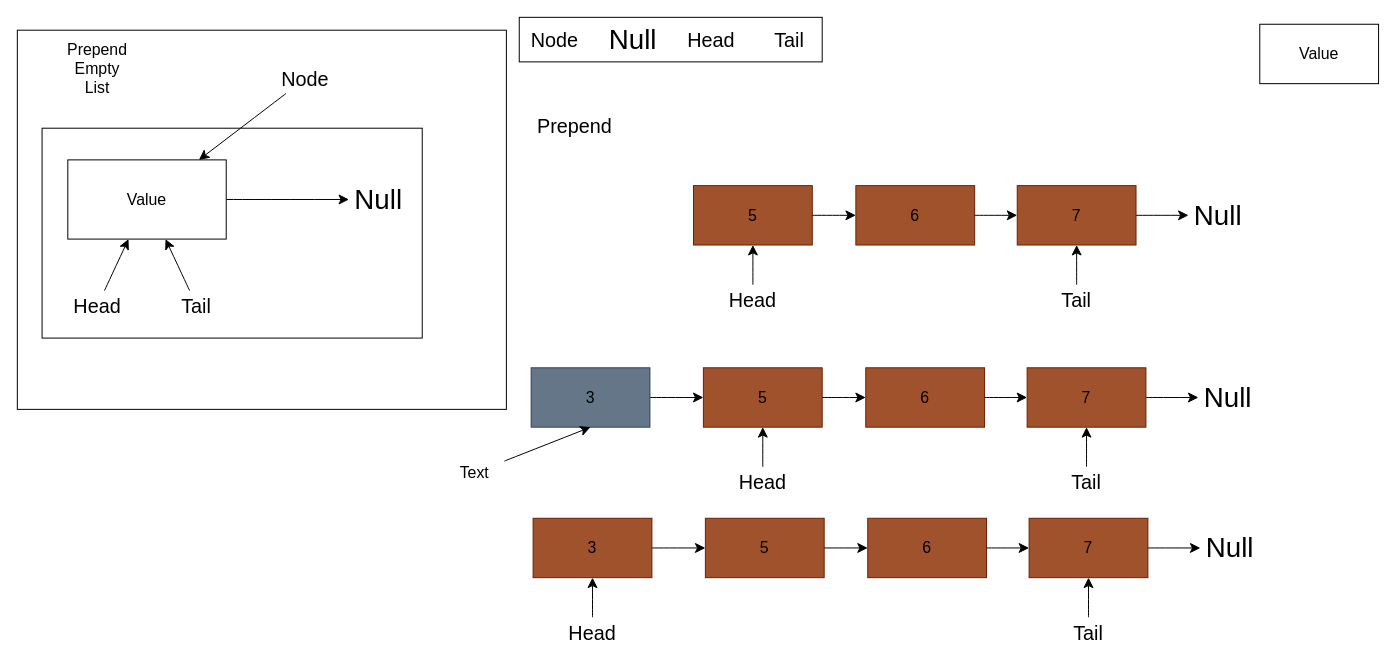
gabriel-logan/DsacJs keeps this draw.io diagram as page "Append" (2 of 3) of Visualizations/DsacJs.drawio. Above is the earlier version. Source tidied: cells renumbered, new cells numbered last; positions are measured from the earlier drawing's top-left corner, leaving out a move shared by most shapes. Both pictures are drawn from the tidied source at 99%, with x=0, y=0 at pixel (17, 17).
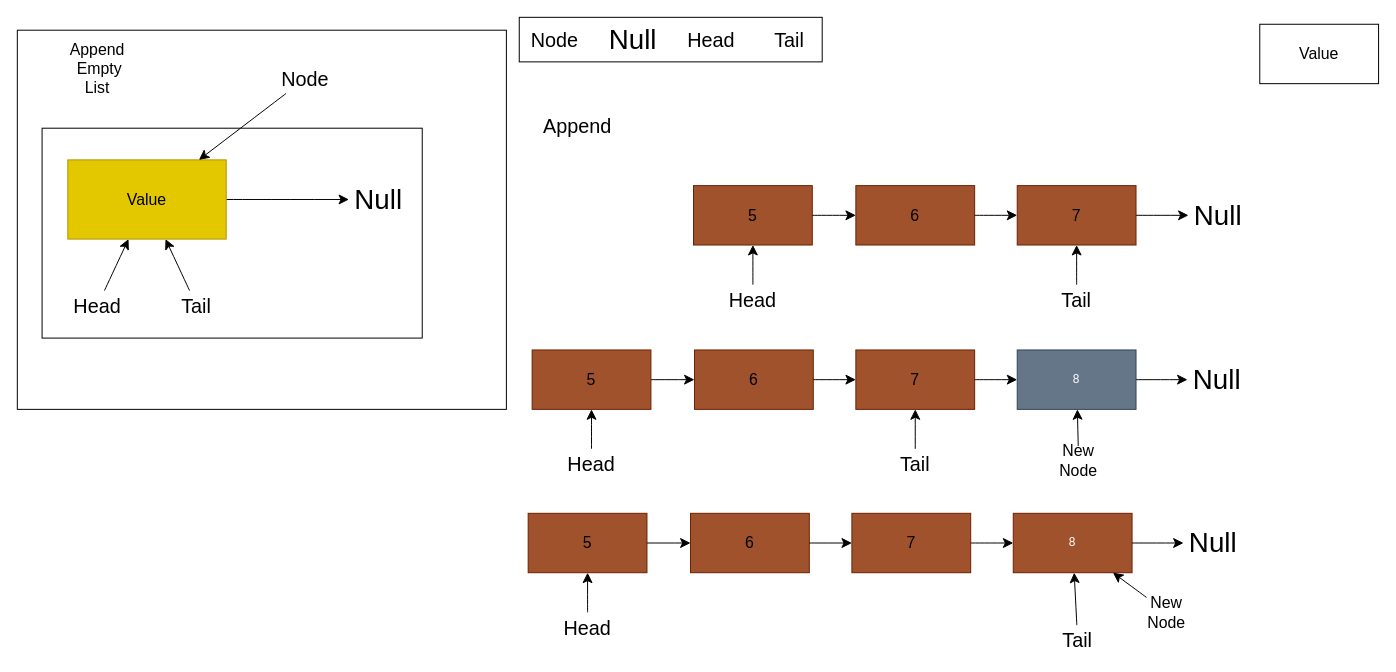
The same diagram, later.

The change refers to these unchanged cells:
```xml
<mxCell id="7" style="group;" parent="1" vertex="1">
  <mxGeometry x="25" y="37" width="482" height="356" as="geometry" />
</mxCell>
```

What changed in the source:
```diff
@@
-    <mxCell id="11" style="rounded=0;whiteSpace=wrap;html=1;" parent="7" vertex="1">
+    <mxCell id="11" style="rounded=0;whiteSpace=wrap;html=1;fillColor=#e3c800;fontColor=#000000;strokeColor=#B09500;" parent="7" vertex="1">
       <mxGeometry x="26" y="107" width="160" height="80" as="geometry" />
     </mxCell>
-    <mxCell id="12" value="Prepend Empty List" style="text;strokeColor=none;align=center;fillColor=none;html=1;verticalAlign=middle;whiteSpace=wrap;rounded=0;fontSize=16;" parent="7" vertex="1">
+    <mxCell id="12" value="Append&lt;div&gt;&amp;nbsp;Empty List&lt;/div&gt;" style="text;strokeColor=none;align=center;fillColor=none;html=1;verticalAlign=middle;whiteSpace=wrap;rounded=0;fontSize=16;" parent="7" vertex="1">
       <mxGeometry x="26" width="60" height="30" as="geometry" />
     </mxCell>
@@
-    <mxCell id="22" value="Prepend&amp;nbsp;" style="text;strokeColor=none;align=center;fillColor=none;html=1;verticalAlign=middle;whiteSpace=wrap;rounded=0;fontSize=20;" parent="1" vertex="1">
+    <mxCell id="22" value="Append" style="text;strokeColor=none;align=center;fillColor=none;html=1;verticalAlign=middle;whiteSpace=wrap;rounded=0;fontSize=20;" parent="1" vertex="1">
       <mxGeometry x="536" y="94" width="60" height="30" as="geometry" />
     </mxCell>
@@
-    <mxCell id="43" style="group;labelBackgroundColor=none;" parent="1" vertex="1">
-      <mxGeometry x="693" y="354" width="120" height="60" as="geometry" />
-    </mxCell>
-    <mxCell id="44" style="rounded=0;whiteSpace=wrap;html=1;fillColor=#a0522d;fontColor=#ffffff;strokeColor=#6D1F00;" parent="43" vertex="1">
-      <mxGeometry width="120" height="60" as="geometry" />
-    </mxCell>
-    <mxCell id="45" value="5" style="text;align=center;html=1;verticalAlign=middle;whiteSpace=wrap;rounded=0;fontSize=16;" parent="43" vertex="1">
-      <mxGeometry x="30" y="15" width="60" height="30" as="geometry" />
-    </mxCell>
-    <mxCell id="46" style="group;" parent="1" vertex="1">
-      <mxGeometry x="857" y="354" width="120" height="60" as="geometry" />
-    </mxCell>
-    <mxCell id="47" style="rounded=0;whiteSpace=wrap;html=1;fillColor=#a0522d;fontColor=#ffffff;strokeColor=#6D1F00;" parent="46" vertex="1">
-      <mxGeometry width="120" height="60" as="geometry" />
-    </mxCell>
-    <mxCell id="48" value="6" style="text;strokeColor=none;align=center;fillColor=none;html=1;verticalAlign=middle;whiteSpace=wrap;rounded=0;fontSize=16;" parent="46" vertex="1">
-      <mxGeometry x="30" y="15" width="60" height="30" as="geometry" />
-    </mxCell>
-    <mxCell id="49" style="edgeStyle=none;curved=1;rounded=0;jettySize=auto;html=1;fontSize=12;startSize=8;endSize=8;" parent="1" edge="1" source="44" target="47">
-      <mxGeometry relative="1" as="geometry" />
-    </mxCell>
-    <mxCell id="50" style="group;" parent="1" vertex="1">
-      <mxGeometry x="1020" y="354" width="120" height="60" as="geometry" />
-    </mxCell>
-    <mxCell id="51" style="rounded=0;whiteSpace=wrap;html=1;fillColor=#a0522d;fontColor=#ffffff;strokeColor=#6D1F00;" parent="50" vertex="1">
-      <mxGeometry width="120" height="60" as="geometry" />
-    </mxCell>
-    <mxCell id="52" value="7" style="text;strokeColor=none;align=center;fillColor=none;html=1;verticalAlign=middle;whiteSpace=wrap;rounded=0;fontSize=16;" parent="50" vertex="1">
-      <mxGeometry x="30" y="15" width="60" height="30" as="geometry" />
-    </mxCell>
-    <mxCell id="53" style="edgeStyle=none;curved=1;rounded=0;jettySize=auto;html=1;entryX=0;entryY=0.5;entryDx=0;entryDy=0;fontSize=12;startSize=8;endSize=8;" parent="1" edge="1" source="47" target="51">
-      <mxGeometry relative="1" as="geometry" />
-    </mxCell>
-    <mxCell id="54" value="Null" style="text;strokeColor=none;align=center;fillColor=none;html=1;verticalAlign=middle;whiteSpace=wrap;rounded=0;fontSize=28;" parent="1" vertex="1">
-      <mxGeometry x="1193" y="369" width="60" height="30" as="geometry" />
-    </mxCell>
-    <mxCell id="55" style="edgeStyle=none;curved=1;rounded=0;jettySize=auto;html=1;fontSize=12;startSize=8;endSize=8;" parent="1" edge="1" source="51" target="54">
-      <mxGeometry relative="1" as="geometry" />
-    </mxCell>
-    <mxCell id="56" style="edgeStyle=none;curved=1;rounded=0;jettySize=auto;html=1;entryX=0.5;entryY=1;entryDx=0;entryDy=0;fontSize=12;startSize=8;endSize=8;" parent="1" edge="1" source="57" target="44">
-      <mxGeometry relative="1" as="geometry" />
-    </mxCell>
-    <mxCell id="57" value="Head" style="text;strokeColor=none;align=center;fillColor=none;html=1;verticalAlign=middle;whiteSpace=wrap;rounded=0;fontSize=20;" parent="1" vertex="1">
-      <mxGeometry x="723" y="454" width="60" height="30" as="geometry" />
-    </mxCell>
-    <mxCell id="58" style="edgeStyle=none;curved=1;rounded=0;jettySize=auto;html=1;entryX=0.5;entryY=1;entryDx=0;entryDy=0;fontSize=12;startSize=8;endSize=8;" parent="1" edge="1" source="59" target="51">
-      <mxGeometry relative="1" as="geometry" />
-    </mxCell>
-    <mxCell id="59" value="Tail" style="text;strokeColor=none;align=center;fillColor=none;html=1;verticalAlign=middle;whiteSpace=wrap;rounded=0;fontSize=20;" parent="1" vertex="1">
-      <mxGeometry x="1050" y="454" width="60" height="30" as="geometry" />
-    </mxCell>
     <mxCell id="60" style="group;" parent="1" vertex="1">
-      <mxGeometry x="519" y="354" width="120" height="60" as="geometry" />
+      <mxGeometry x="1010" y="336" width="120" height="60" as="geometry" />
     </mxCell>
-    <mxCell id="61" style="rounded=0;whiteSpace=wrap;html=1;fillColor=#647687;strokeColor=#314354;fontColor=#ffffff;" parent="60" vertex="1">
+    <mxCell id="61" value="8" style="rounded=0;whiteSpace=wrap;html=1;fillColor=#647687;strokeColor=#314354;fontColor=#ffffff;" parent="60" vertex="1">
       <mxGeometry width="120" height="60" as="geometry" />
     </mxCell>
-    <mxCell id="62" value="3" style="text;strokeColor=none;align=center;fillColor=none;html=1;verticalAlign=middle;whiteSpace=wrap;rounded=0;fontSize=16;" parent="60" vertex="1">
-      <mxGeometry x="30" y="15" width="60" height="30" as="geometry" />
-    </mxCell>
-    <mxCell id="63" style="edgeStyle=none;curved=1;rounded=0;jettySize=auto;html=1;entryX=0;entryY=0.5;entryDx=0;entryDy=0;fontSize=12;startSize=8;endSize=8;" parent="1" edge="1" source="61" target="44">
-      <mxGeometry relative="1" as="geometry" />
-    </mxCell>
-    <mxCell id="64" style="group;labelBackgroundColor=none;" parent="1" vertex="1">
-      <mxGeometry x="695" y="506" width="120" height="60" as="geometry" />
-    </mxCell>
-    <mxCell id="65" style="rounded=0;whiteSpace=wrap;html=1;fillColor=#a0522d;fontColor=#ffffff;strokeColor=#6D1F00;" parent="64" vertex="1">
-      <mxGeometry width="120" height="60" as="geometry" />
-    </mxCell>
-    <mxCell id="66" value="5" style="text;align=center;html=1;verticalAlign=middle;whiteSpace=wrap;rounded=0;fontSize=16;" parent="64" vertex="1">
-      <mxGeometry x="30" y="15" width="60" height="30" as="geometry" />
-    </mxCell>
-    <mxCell id="67" style="group;" parent="1" vertex="1">
-      <mxGeometry x="859" y="506" width="120" height="60" as="geometry" />
-    </mxCell>
-    <mxCell id="68" style="rounded=0;whiteSpace=wrap;html=1;fillColor=#a0522d;fontColor=#ffffff;strokeColor=#6D1F00;" parent="67" vertex="1">
-      <mxGeometry width="120" height="60" as="geometry" />
-    </mxCell>
-    <mxCell id="69" value="6" style="text;strokeColor=none;align=center;fillColor=none;html=1;verticalAlign=middle;whiteSpace=wrap;rounded=0;fontSize=16;" parent="67" vertex="1">
-      <mxGeometry x="30" y="15" width="60" height="30" as="geometry" />
-    </mxCell>
-    <mxCell id="70" style="edgeStyle=none;curved=1;rounded=0;jettySize=auto;html=1;fontSize=12;startSize=8;endSize=8;" parent="1" edge="1" source="65" target="68">
-      <mxGeometry relative="1" as="geometry" />
-    </mxCell>
-    <mxCell id="71" style="group;" parent="1" vertex="1">
-      <mxGeometry x="1022" y="506" width="120" height="60" as="geometry" />
-    </mxCell>
-    <mxCell id="72" style="rounded=0;whiteSpace=wrap;html=1;fillColor=#a0522d;fontColor=#ffffff;strokeColor=#6D1F00;" parent="71" vertex="1">
-      <mxGeometry width="120" height="60" as="geometry" />
-    </mxCell>
-    <mxCell id="73" value="7" style="text;strokeColor=none;align=center;fillColor=none;html=1;verticalAlign=middle;whiteSpace=wrap;rounded=0;fontSize=16;" parent="71" vertex="1">
-      <mxGeometry x="30" y="15" width="60" height="30" as="geometry" />
-    </mxCell>
-    <mxCell id="74" style="edgeStyle=none;curved=1;rounded=0;jettySize=auto;html=1;entryX=0;entryY=0.5;entryDx=0;entryDy=0;fontSize=12;startSize=8;endSize=8;" parent="1" edge="1" source="68" target="72">
-      <mxGeometry relative="1" as="geometry" />
-    </mxCell>
-    <mxCell id="75" value="Null" style="text;strokeColor=none;align=center;fillColor=none;html=1;verticalAlign=middle;whiteSpace=wrap;rounded=0;fontSize=28;" parent="1" vertex="1">
-      <mxGeometry x="1195" y="521" width="60" height="30" as="geometry" />
-    </mxCell>
-    <mxCell id="76" style="edgeStyle=none;curved=1;rounded=0;jettySize=auto;html=1;fontSize=12;startSize=8;endSize=8;" parent="1" edge="1" source="72" target="75">
-      <mxGeometry relative="1" as="geometry" />
-    </mxCell>
-    <mxCell id="77" style="edgeStyle=none;curved=1;rounded=0;jettySize=auto;html=1;entryX=0.5;entryY=1;entryDx=0;entryDy=0;fontSize=12;startSize=8;endSize=8;" parent="1" edge="1" source="78" target="82">
-      <mxGeometry relative="1" as="geometry" />
-    </mxCell>
-    <mxCell id="78" value="Head" style="text;strokeColor=none;align=center;fillColor=none;html=1;verticalAlign=middle;whiteSpace=wrap;rounded=0;fontSize=20;" parent="1" vertex="1">
-      <mxGeometry x="551" y="606" width="60" height="30" as="geometry" />
-    </mxCell>
-    <mxCell id="79" style="edgeStyle=none;curved=1;rounded=0;jettySize=auto;html=1;entryX=0.5;entryY=1;entryDx=0;entryDy=0;fontSize=12;startSize=8;endSize=8;" parent="1" edge="1" source="80" target="72">
-      <mxGeometry relative="1" as="geometry" />
-    </mxCell>
-    <mxCell id="80" value="Tail" style="text;strokeColor=none;align=center;fillColor=none;html=1;verticalAlign=middle;whiteSpace=wrap;rounded=0;fontSize=20;" parent="1" vertex="1">
-      <mxGeometry x="1052" y="606" width="60" height="30" as="geometry" />
-    </mxCell>
-    <mxCell id="81" style="group;" parent="1" vertex="1">
-      <mxGeometry x="521" y="506" width="120" height="60" as="geometry" />
-    </mxCell>
-    <mxCell id="82" style="rounded=0;whiteSpace=wrap;html=1;fillColor=#a0522d;strokeColor=#6D1F00;fontColor=#ffffff;" parent="81" vertex="1">
-      <mxGeometry width="120" height="60" as="geometry" />
-    </mxCell>
-    <mxCell id="83" value="3" style="text;strokeColor=none;align=center;fillColor=none;html=1;verticalAlign=middle;whiteSpace=wrap;rounded=0;fontSize=16;" parent="81" vertex="1">
-      <mxGeometry x="30" y="15" width="60" height="30" as="geometry" />
-    </mxCell>
-    <mxCell id="84" style="edgeStyle=none;curved=1;rounded=0;jettySize=auto;html=1;entryX=0;entryY=0.5;entryDx=0;entryDy=0;fontSize=12;startSize=8;endSize=8;" parent="1" edge="1" source="82" target="65">
-      <mxGeometry relative="1" as="geometry" />
-    </mxCell>
-    <mxCell id="85" style="edgeStyle=none;curved=1;rounded=0;jettySize=auto;html=1;entryX=0.5;entryY=1;entryDx=0;entryDy=0;fontSize=12;startSize=8;endSize=8;" parent="1" edge="1" source="86" target="61">
+    <mxCell id="85" style="edgeStyle=none;curved=1;rounded=0;jettySize=auto;html=1;fontSize=12;startSize=8;endSize=8;" parent="1" edge="1" source="86" target="61">
       <mxGeometry relative="1" as="geometry" />
     </mxCell>
-    <mxCell id="86" value="Text" style="text;strokeColor=none;align=center;fillColor=none;html=1;verticalAlign=middle;whiteSpace=wrap;rounded=0;fontSize=16;" parent="1" vertex="1">
-      <mxGeometry x="432" y="445" width="60" height="30" as="geometry" />
+    <mxCell id="86" value="New Node" style="text;strokeColor=none;align=center;fillColor=none;html=1;verticalAlign=middle;whiteSpace=wrap;rounded=0;fontSize=16;" parent="1" vertex="1">
+      <mxGeometry x="1042" y="433" width="60" height="30" as="geometry" />
     </mxCell>
+    <mxCell id="87" style="group;labelBackgroundColor=none;" parent="1" vertex="1">
+      <mxGeometry x="520" y="336" width="120" height="60" as="geometry" />
+    </mxCell>
+    <mxCell id="88" style="rounded=0;whiteSpace=wrap;html=1;fillColor=#a0522d;fontColor=#ffffff;strokeColor=#6D1F00;" parent="87" vertex="1">
+      <mxGeometry width="120" height="60" as="geometry" />
+    </mxCell>
+    <mxCell id="89" value="5" style="text;align=center;html=1;verticalAlign=middle;whiteSpace=wrap;rounded=0;fontSize=16;" parent="87" vertex="1">
+      <mxGeometry x="30" y="15" width="60" height="30" as="geometry" />
+    </mxCell>
+    <mxCell id="90" style="group;" parent="1" vertex="1">
+      <mxGeometry x="684" y="336" width="120" height="60" as="geometry" />
+    </mxCell>
+    <mxCell id="91" style="rounded=0;whiteSpace=wrap;html=1;fillColor=#a0522d;fontColor=#ffffff;strokeColor=#6D1F00;" parent="90" vertex="1">
+      <mxGeometry width="120" height="60" as="geometry" />
+    </mxCell>
+    <mxCell id="92" value="6" style="text;strokeColor=none;align=center;fillColor=none;html=1;verticalAlign=middle;whiteSpace=wrap;rounded=0;fontSize=16;" parent="90" vertex="1">
+      <mxGeometry x="30" y="15" width="60" height="30" as="geometry" />
+    </mxCell>
+    <mxCell id="93" style="edgeStyle=none;curved=1;rounded=0;jettySize=auto;html=1;fontSize=12;startSize=8;endSize=8;" parent="1" edge="1" source="88" target="91">
+      <mxGeometry relative="1" as="geometry" />
+    </mxCell>
+    <mxCell id="94" style="group;" parent="1" vertex="1">
+      <mxGeometry x="847" y="336" width="120" height="60" as="geometry" />
+    </mxCell>
+    <mxCell id="95" style="rounded=0;whiteSpace=wrap;html=1;fillColor=#a0522d;fontColor=#ffffff;strokeColor=#6D1F00;" parent="94" vertex="1">
+      <mxGeometry width="120" height="60" as="geometry" />
+    </mxCell>
+    <mxCell id="96" value="7" style="text;strokeColor=none;align=center;fillColor=none;html=1;verticalAlign=middle;whiteSpace=wrap;rounded=0;fontSize=16;" parent="94" vertex="1">
+      <mxGeometry x="30" y="15" width="60" height="30" as="geometry" />
+    </mxCell>
+    <mxCell id="97" style="edgeStyle=none;curved=1;rounded=0;jettySize=auto;html=1;entryX=0;entryY=0.5;entryDx=0;entryDy=0;fontSize=12;startSize=8;endSize=8;" parent="1" edge="1" source="91" target="95">
+      <mxGeometry relative="1" as="geometry" />
+    </mxCell>
+    <mxCell id="98" value="Null" style="text;strokeColor=none;align=center;fillColor=none;html=1;verticalAlign=middle;whiteSpace=wrap;rounded=0;fontSize=28;" parent="1" vertex="1">
+      <mxGeometry x="1182" y="351" width="60" height="30" as="geometry" />
+    </mxCell>
+    <mxCell id="99" style="edgeStyle=none;curved=1;rounded=0;jettySize=auto;html=1;entryX=0.5;entryY=1;entryDx=0;entryDy=0;fontSize=12;startSize=8;endSize=8;" parent="1" edge="1" source="100" target="88">
+      <mxGeometry relative="1" as="geometry" />
+    </mxCell>
+    <mxCell id="100" value="Head" style="text;strokeColor=none;align=center;fillColor=none;html=1;verticalAlign=middle;whiteSpace=wrap;rounded=0;fontSize=20;" parent="1" vertex="1">
+      <mxGeometry x="550" y="436" width="60" height="30" as="geometry" />
+    </mxCell>
+    <mxCell id="101" style="edgeStyle=none;curved=1;rounded=0;jettySize=auto;html=1;entryX=0.5;entryY=1;entryDx=0;entryDy=0;fontSize=12;startSize=8;endSize=8;" parent="1" edge="1" source="102" target="95">
+      <mxGeometry relative="1" as="geometry" />
+    </mxCell>
+    <mxCell id="102" value="Tail" style="text;strokeColor=none;align=center;fillColor=none;html=1;verticalAlign=middle;whiteSpace=wrap;rounded=0;fontSize=20;" parent="1" vertex="1">
+      <mxGeometry x="877" y="436" width="60" height="30" as="geometry" />
+    </mxCell>
+    <mxCell id="103" style="edgeStyle=none;curved=1;rounded=0;jettySize=auto;html=1;fontSize=12;startSize=8;endSize=8;" parent="1" edge="1" source="95" target="61">
+      <mxGeometry relative="1" as="geometry" />
+    </mxCell>
+    <mxCell id="104" style="edgeStyle=none;curved=1;rounded=0;jettySize=auto;html=1;fontSize=12;startSize=8;endSize=8;" parent="1" edge="1" source="61" target="98">
+      <mxGeometry relative="1" as="geometry" />
+    </mxCell>
+    <mxCell id="105" style="group;" parent="1" vertex="1">
+      <mxGeometry x="1006" y="501" width="120" height="60" as="geometry" />
+    </mxCell>
+    <mxCell id="106" value="8" style="rounded=0;whiteSpace=wrap;html=1;fillColor=#a0522d;strokeColor=#6D1F00;fontColor=#ffffff;" parent="105" vertex="1">
+      <mxGeometry width="120" height="60" as="geometry" />
+    </mxCell>
+    <mxCell id="107" style="edgeStyle=none;curved=1;rounded=0;jettySize=auto;html=1;fontSize=12;startSize=8;endSize=8;" parent="1" edge="1" source="108" target="106">
+      <mxGeometry relative="1" as="geometry" />
+    </mxCell>
+    <mxCell id="108" value="New Node" style="text;strokeColor=none;align=center;fillColor=none;html=1;verticalAlign=middle;whiteSpace=wrap;rounded=0;fontSize=16;" parent="1" vertex="1">
+      <mxGeometry x="1131" y="586" width="60" height="30" as="geometry" />
+    </mxCell>
+    <mxCell id="109" style="group;labelBackgroundColor=none;" parent="1" vertex="1">
+      <mxGeometry x="516" y="501" width="120" height="60" as="geometry" />
+    </mxCell>
+    <mxCell id="110" style="rounded=0;whiteSpace=wrap;html=1;fillColor=#a0522d;fontColor=#ffffff;strokeColor=#6D1F00;" parent="109" vertex="1">
+      <mxGeometry width="120" height="60" as="geometry" />
+    </mxCell>
+    <mxCell id="111" value="5" style="text;align=center;html=1;verticalAlign=middle;whiteSpace=wrap;rounded=0;fontSize=16;" parent="109" vertex="1">
+      <mxGeometry x="30" y="15" width="60" height="30" as="geometry" />
+    </mxCell>
+    <mxCell id="112" style="group;" parent="1" vertex="1">
+      <mxGeometry x="680" y="501" width="120" height="60" as="geometry" />
+    </mxCell>
+    <mxCell id="113" style="rounded=0;whiteSpace=wrap;html=1;fillColor=#a0522d;fontColor=#ffffff;strokeColor=#6D1F00;" parent="112" vertex="1">
+      <mxGeometry width="120" height="60" as="geometry" />
+    </mxCell>
+    <mxCell id="114" value="6" style="text;strokeColor=none;align=center;fillColor=none;html=1;verticalAlign=middle;whiteSpace=wrap;rounded=0;fontSize=16;" parent="112" vertex="1">
+      <mxGeometry x="30" y="15" width="60" height="30" as="geometry" />
+    </mxCell>
+    <mxCell id="115" style="edgeStyle=none;curved=1;rounded=0;jettySize=auto;html=1;fontSize=12;startSize=8;endSize=8;" parent="1" edge="1" source="110" target="113">
+      <mxGeometry relative="1" as="geometry" />
+    </mxCell>
+    <mxCell id="116" style="group;" parent="1" vertex="1">
+      <mxGeometry x="843" y="501" width="120" height="60" as="geometry" />
+    </mxCell>
+    <mxCell id="117" style="rounded=0;whiteSpace=wrap;html=1;fillColor=#a0522d;fontColor=#ffffff;strokeColor=#6D1F00;" parent="116" vertex="1">
+      <mxGeometry width="120" height="60" as="geometry" />
+    </mxCell>
+    <mxCell id="118" value="7" style="text;strokeColor=none;align=center;fillColor=none;html=1;verticalAlign=middle;whiteSpace=wrap;rounded=0;fontSize=16;" parent="116" vertex="1">
+      <mxGeometry x="30" y="15" width="60" height="30" as="geometry" />
+    </mxCell>
+    <mxCell id="119" style="edgeStyle=none;curved=1;rounded=0;jettySize=auto;html=1;entryX=0;entryY=0.5;entryDx=0;entryDy=0;fontSize=12;startSize=8;endSize=8;" parent="1" edge="1" source="113" target="117">
+      <mxGeometry relative="1" as="geometry" />
+    </mxCell>
+    <mxCell id="120" value="Null" style="text;strokeColor=none;align=center;fillColor=none;html=1;verticalAlign=middle;whiteSpace=wrap;rounded=0;fontSize=28;" parent="1" vertex="1">
+      <mxGeometry x="1178" y="516" width="60" height="30" as="geometry" />
+    </mxCell>
+    <mxCell id="121" style="edgeStyle=none;curved=1;rounded=0;jettySize=auto;html=1;entryX=0.5;entryY=1;entryDx=0;entryDy=0;fontSize=12;startSize=8;endSize=8;" parent="1" edge="1" source="122" target="110">
+      <mxGeometry relative="1" as="geometry" />
+    </mxCell>
+    <mxCell id="122" value="Head" style="text;strokeColor=none;align=center;fillColor=none;html=1;verticalAlign=middle;whiteSpace=wrap;rounded=0;fontSize=20;" parent="1" vertex="1">
+      <mxGeometry x="546" y="601" width="60" height="30" as="geometry" />
+    </mxCell>
+    <mxCell id="123" style="edgeStyle=none;curved=1;rounded=0;jettySize=auto;html=1;fontSize=12;startSize=8;endSize=8;" parent="1" edge="1" source="124" target="106">
+      <mxGeometry relative="1" as="geometry" />
+    </mxCell>
+    <mxCell id="124" value="Tail" style="text;strokeColor=none;align=center;fillColor=none;html=1;verticalAlign=middle;whiteSpace=wrap;rounded=0;fontSize=20;" parent="1" vertex="1">
+      <mxGeometry x="1041" y="614" width="60" height="30" as="geometry" />
+    </mxCell>
+    <mxCell id="125" style="edgeStyle=none;curved=1;rounded=0;jettySize=auto;html=1;fontSize=12;startSize=8;endSize=8;" parent="1" edge="1" source="117" target="106">
+      <mxGeometry relative="1" as="geometry" />
+    </mxCell>
+    <mxCell id="126" style="edgeStyle=none;curved=1;rounded=0;jettySize=auto;html=1;fontSize=12;startSize=8;endSize=8;" parent="1" edge="1" source="106" target="120">
+      <mxGeometry relative="1" as="geometry" />
+    </mxCell>
```
